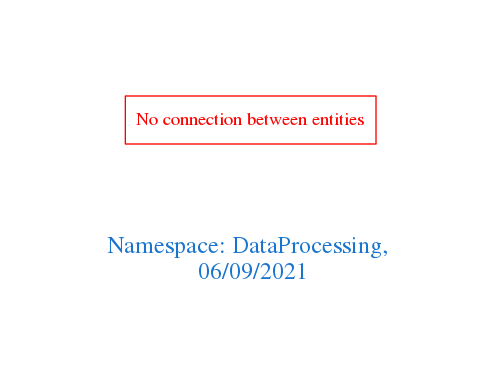
arago/OGIT keeps this Graphviz diagram as downloads/DataProcessing.png. Above is the earlier version. Its source is kept beside it as downloads/DataProcessing.dot.
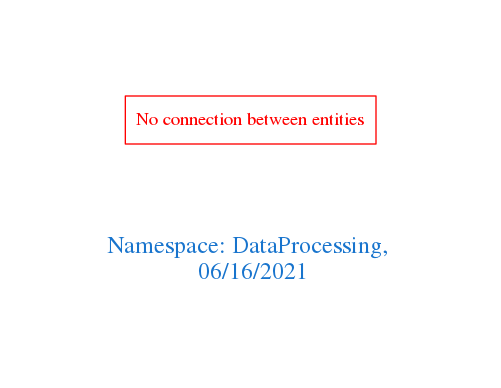
After the change.

Diff of the diagram source:
```diff
@@ -1,7 +1,7 @@
 digraph OGIT_ontology {
  graph [ rankdir= LR,pad=1
 fontsize = 18,
-fontcolor= dodgerblue3,label = "\n\n\nNamespace: DataProcessing, \n 06/09/2021"];
+fontcolor= dodgerblue3,label = "\n\n\nNamespace: DataProcessing, \n 06/16/2021"];
 node[shape=polygon];
 edge [  color="gray81"];
 
```
